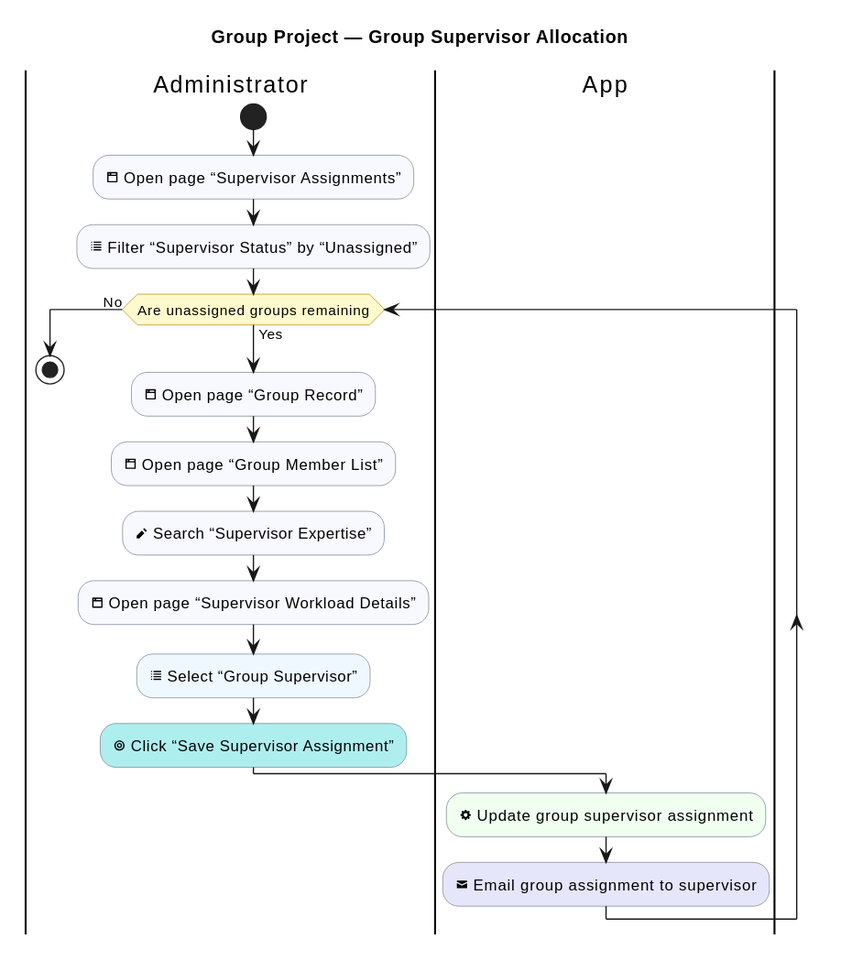
Before: industrial-placement-group-project/diagrams/group-project/supervisor-allocation.svg, a diagram exported from PlantUML (sdflkjssl/sdflkjssl.github.io).
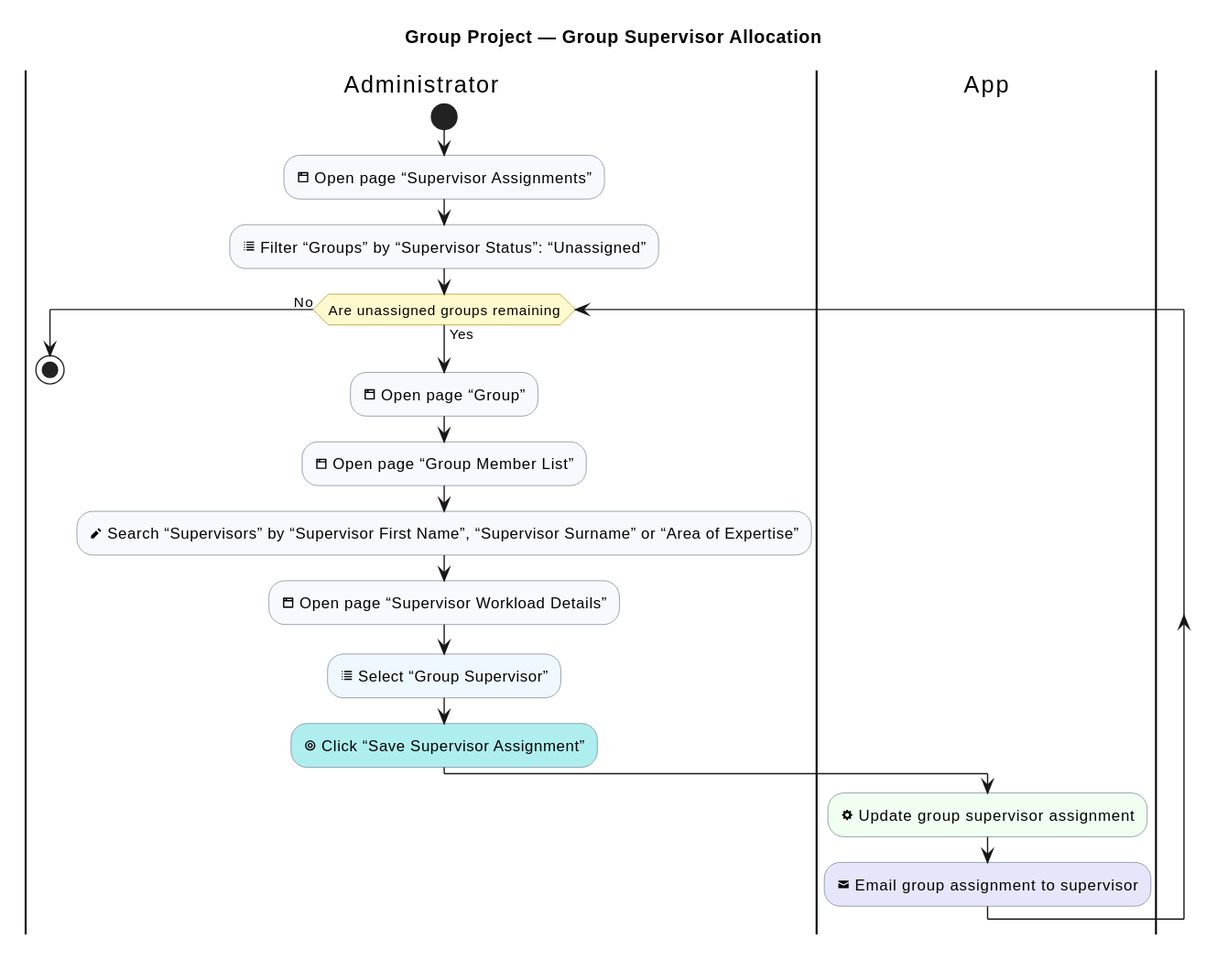
Later version of the same file.

Diff of the diagram source:
```diff
@@ -13,11 +13,11 @@
 |Administrator|
 start
 :<&browser> Open page “Supervisor Assignments”; <<#GhostWhite>>
-:<&list> Filter “Supervisor Status” by “Unassigned”; <<#GhostWhite>>
+:<&list> Filter “Groups” by “Supervisor Status”: “Unassigned”; <<#GhostWhite>>
 while (Are unassigned groups remaining) is (Yes)
-  :<&browser> Open page “Group Record”; <<#GhostWhite>>
+  :<&browser> Open page “Group”; <<#GhostWhite>>
   :<&browser> Open page “Group Member List”; <<#GhostWhite>>
-  :<&pencil> Search “Supervisor Expertise”; <<#GhostWhite>>
+  :<&pencil> Search “Supervisors” by “Supervisor First Name”, “Supervisor Surname” or “Area of Expertise”; <<#GhostWhite>>
   :<&browser> Open page “Supervisor Workload Details”; <<#GhostWhite>>
   :<&list> Select “Group Supervisor”; <<#AliceBlue>>
   :<&target> Click “Save Supervisor Assignment”; <<#PaleTurquoise>>
```
